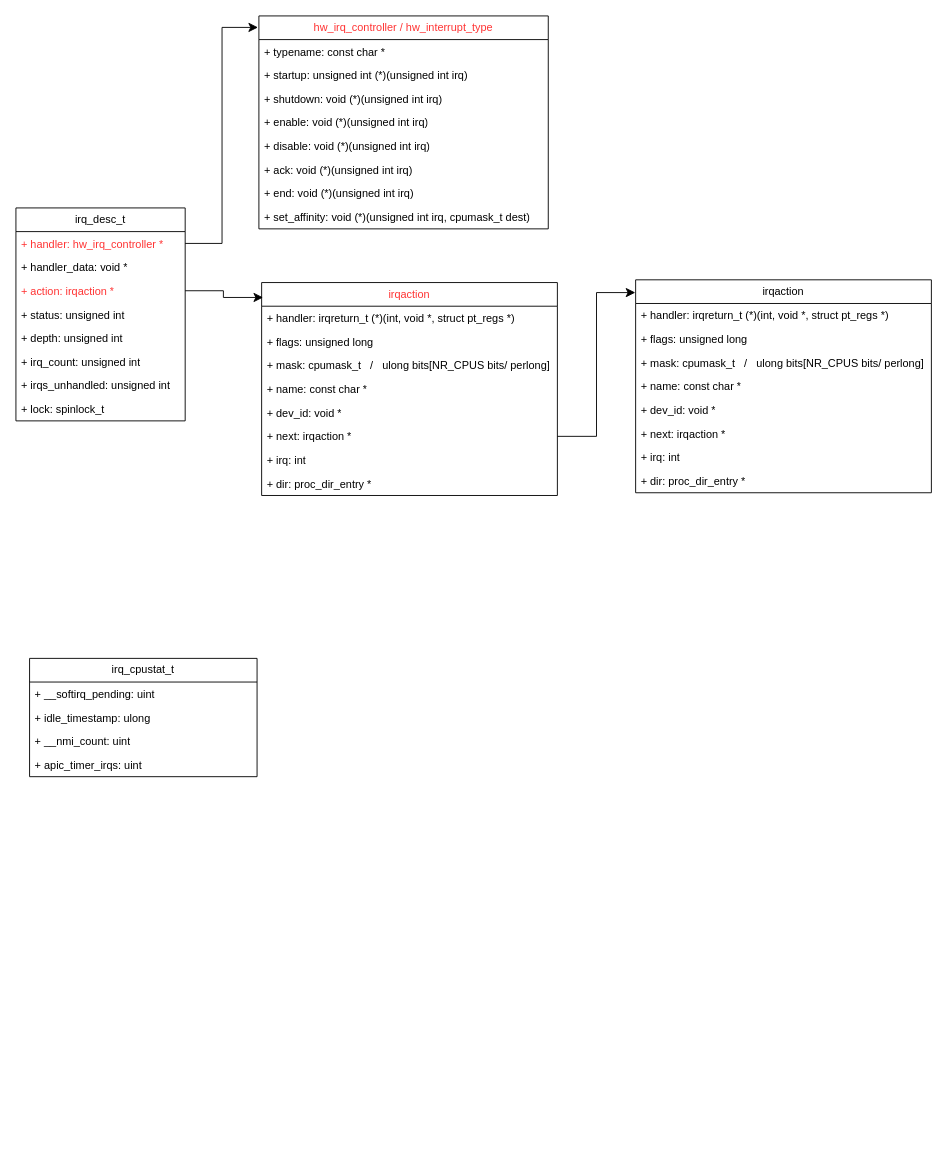
Chouly/my-games keeps this draw.io diagram as page "interrupt" (1 of 5) of utlk.drawio. Above is the earlier version. Source tidied: cells renumbered, new cells numbered last; positions are measured from the earlier drawing's top-left corner, leaving out a move shared by most shapes. Both pictures are drawn from the tidied source at 91%, with x=0, y=0 at pixel (15, 15).
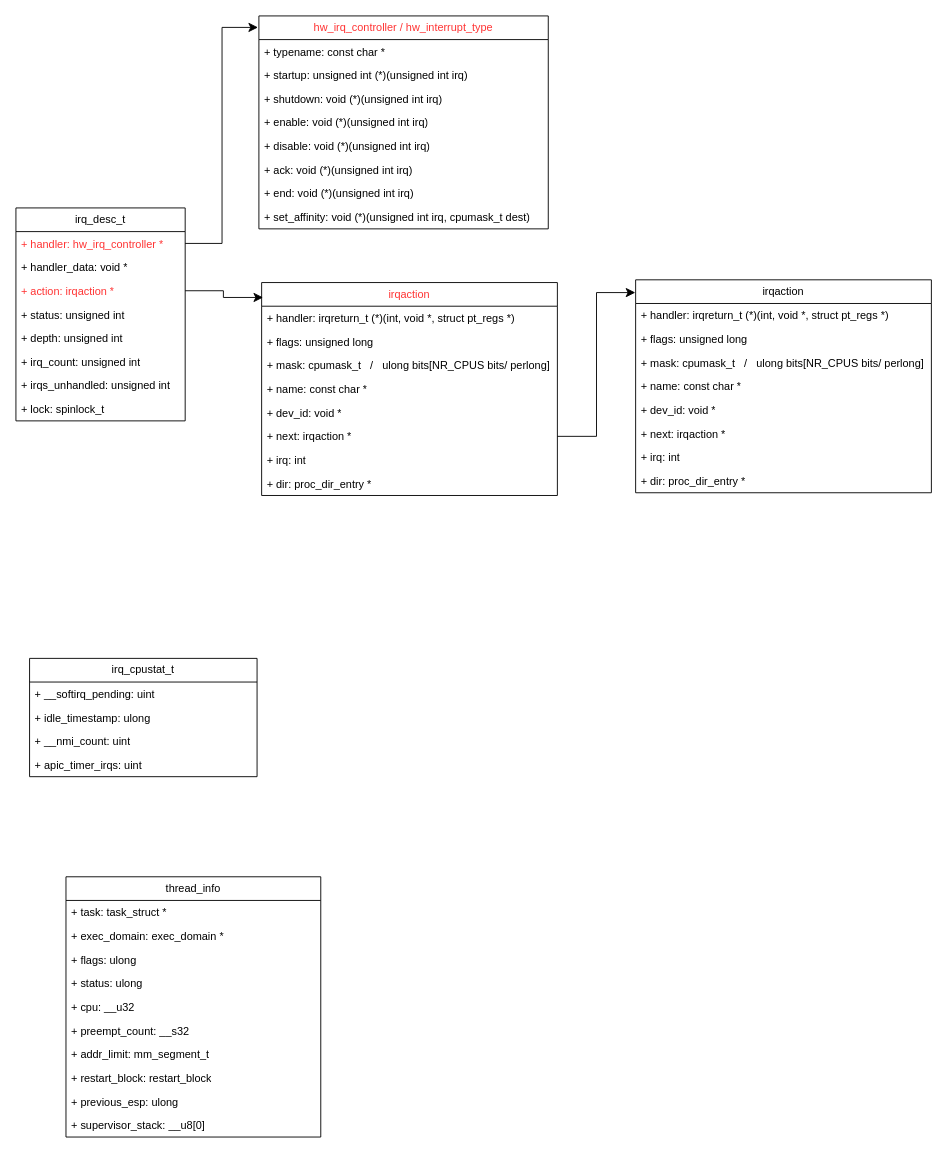
The same diagram, later.

Diff of the diagram source:
```diff
@@
+    <mxCell id="46" value="thread_info" style="swimlane;fontStyle=0;horizontal=1;startSize=26;fillColor=none;whiteSpace=wrap;html=1;" parent="1" vertex="1">
+      <mxGeometry x="55" y="946" width="280" height="286" as="geometry" />
+    </mxCell>
+    <mxCell id="47" value="+ task: task_struct *" style="text;strokeColor=none;fillColor=none;align=left;verticalAlign=top;spacingLeft=4;spacingRight=4;overflow=hidden;whiteSpace=wrap;html=1;" parent="46" vertex="1">
+      <mxGeometry y="26" width="280" height="26" as="geometry" />
+    </mxCell>
+    <mxCell id="48" value="+ exec_domain: exec_domain *" style="text;strokeColor=none;fillColor=none;align=left;verticalAlign=top;spacingLeft=4;spacingRight=4;overflow=hidden;whiteSpace=wrap;html=1;" parent="46" vertex="1">
+      <mxGeometry y="52" width="280" height="26" as="geometry" />
+    </mxCell>
+    <mxCell id="49" value="+ flags: ulong" style="text;strokeColor=none;fillColor=none;align=left;verticalAlign=top;spacingLeft=4;spacingRight=4;overflow=hidden;whiteSpace=wrap;html=1;" parent="46" vertex="1">
+      <mxGeometry y="78" width="280" height="26" as="geometry" />
+    </mxCell>
+    <mxCell id="50" value="+ status: ulong" style="text;strokeColor=none;fillColor=none;align=left;verticalAlign=top;spacingLeft=4;spacingRight=4;overflow=hidden;whiteSpace=wrap;html=1;" parent="46" vertex="1">
+      <mxGeometry y="104" width="280" height="26" as="geometry" />
+    </mxCell>
+    <mxCell id="51" value="+ cpu: __u32" style="text;strokeColor=none;fillColor=none;align=left;verticalAlign=top;spacingLeft=4;spacingRight=4;overflow=hidden;whiteSpace=wrap;html=1;" parent="46" vertex="1">
+      <mxGeometry y="130" width="280" height="26" as="geometry" />
+    </mxCell>
+    <mxCell id="52" value="+ preempt_count: __s32" style="text;strokeColor=none;fillColor=none;align=left;verticalAlign=top;spacingLeft=4;spacingRight=4;overflow=hidden;whiteSpace=wrap;html=1;" parent="46" vertex="1">
+      <mxGeometry y="156" width="280" height="26" as="geometry" />
+    </mxCell>
+    <mxCell id="53" value="+ addr_limit: mm_segment_t" style="text;strokeColor=none;fillColor=none;align=left;verticalAlign=top;spacingLeft=4;spacingRight=4;overflow=hidden;whiteSpace=wrap;html=1;" parent="46" vertex="1">
+      <mxGeometry y="182" width="280" height="26" as="geometry" />
+    </mxCell>
+    <mxCell id="54" value="+ restart_block: restart_block" style="text;strokeColor=none;fillColor=none;align=left;verticalAlign=top;spacingLeft=4;spacingRight=4;overflow=hidden;whiteSpace=wrap;html=1;" parent="46" vertex="1">
+      <mxGeometry y="208" width="280" height="26" as="geometry" />
+    </mxCell>
+    <mxCell id="55" value="+ previous_esp: ulong" style="text;strokeColor=none;fillColor=none;align=left;verticalAlign=top;spacingLeft=4;spacingRight=4;overflow=hidden;whiteSpace=wrap;html=1;" parent="46" vertex="1">
+      <mxGeometry y="234" width="280" height="26" as="geometry" />
+    </mxCell>
+    <mxCell id="56" value="+ supervisor_stack: __u8[0]" style="text;strokeColor=none;fillColor=none;align=left;verticalAlign=top;spacingLeft=4;spacingRight=4;overflow=hidden;whiteSpace=wrap;html=1;" parent="46" vertex="1">
+      <mxGeometry y="260" width="280" height="26" as="geometry" />
+    </mxCell>
```
